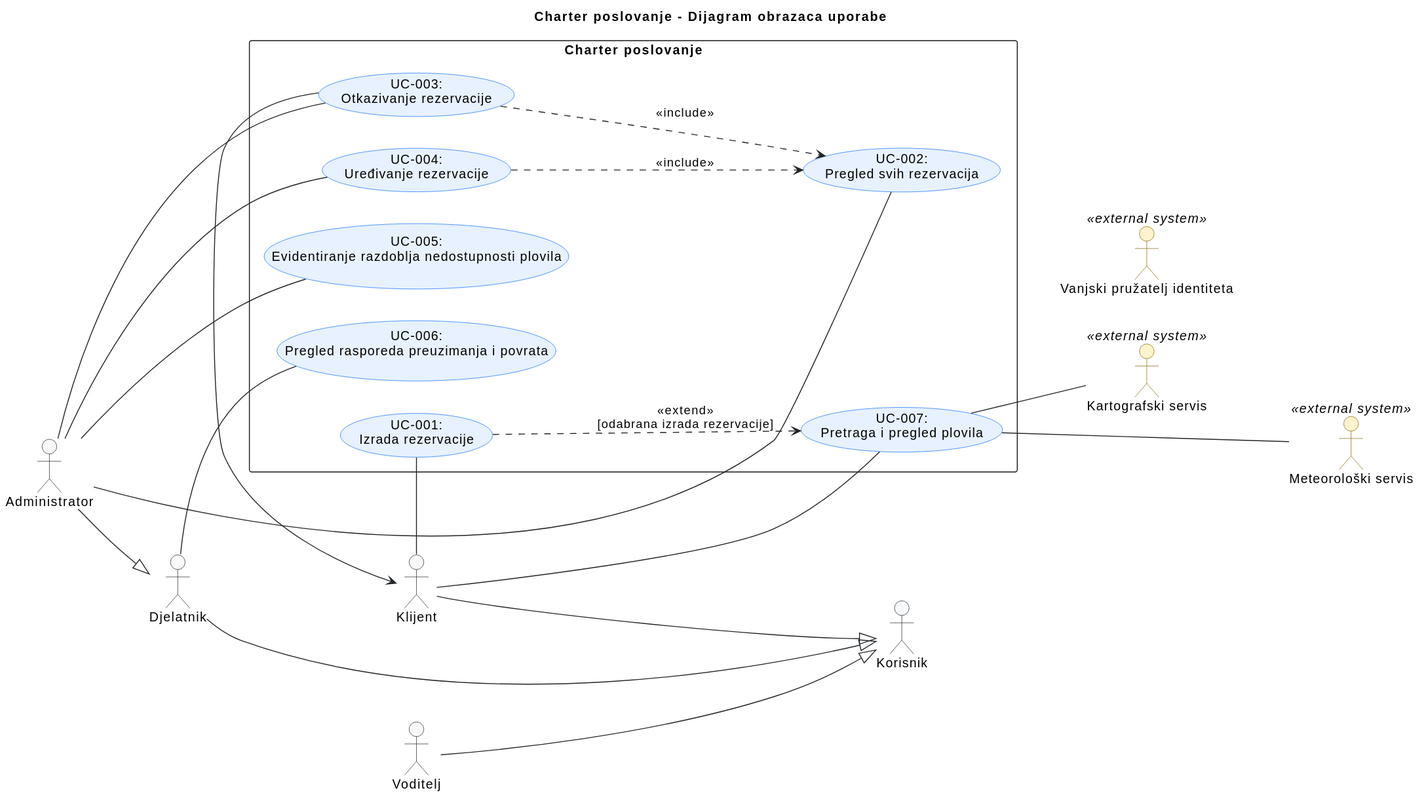
Before: docs/assets/diagrams/3-1-UC-diagram.svg, a diagram exported from PlantUML (auzelac1/PROGI_PROJEKT).
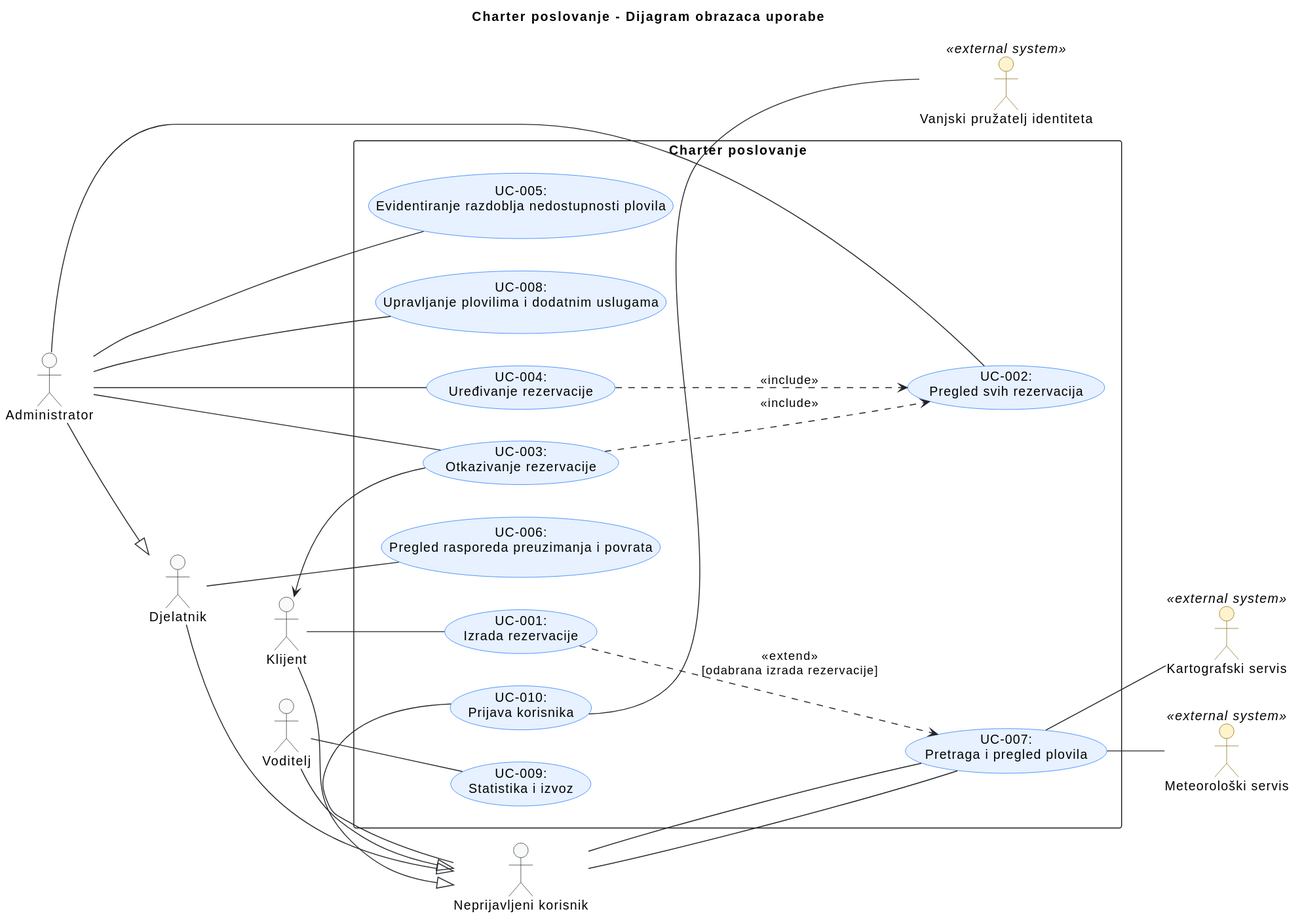
Later version of the same file.

Commit message:
Usklađivanje slike s .puml datotekom

Diff of the diagram source:
```diff
@@ -20,7 +20,7 @@
 }
 
 
-actor Korisnik as "Korisnik"
+actor Neprijavljeni as "Neprijavljeni korisnik"
 actor Klijent as "Klijent"
 actor Djelatnik as "Djelatnik"
 actor Voditelj as "Voditelj"
@@ -30,12 +30,12 @@
 actor "Meteorološki servis" as meteo <<external system>>
 actor "Kartografski servis" as map <<external system>>
 
-Klijent -|> Korisnik
+Klijent -|> Neprijavljeni
 Admin -|> Djelatnik
-Djelatnik -|> Korisnik
-Voditelj -|> Korisnik
+Djelatnik -|> Neprijavljeni
+Voditelj -|> Neprijavljeni
 
-Korisnik -[hidden]down-> Klijent
+Neprijavljeni-[hidden]down-> Klijent
 Djelatnik -[hidden]down-> Klijent
 Djelatnik -[hidden]down-> Voditelj
 Admin -[hidden]down-> Djelatnik
@@ -54,6 +54,12 @@
 
     (UC-007:\nPretraga i pregled plovila) as pregledPlovila
 
+    (UC-008:\nUpravljanje plovilima i dodatnim uslugama) as upravljanjePlovilima
+    together {
+        (UC-009:\nStatistika i izvoz) as statistika
+
+        (UC-010:\nPrijava korisnika) as prijava
+    }
 }
 
 Klijent -- izradaRezervacije
@@ -68,7 +74,15 @@
 
 Djelatnik -- preuzimanjePovrat
 
-Klijent -- pregledPlovila
+Neprijavljeni -- pregledPlovila
+
+Neprijavljeni -- pregledPlovila
+
+Admin -- upravljanjePlovilima
+
+Voditelj -- statistika
+
+Neprijavljeni -- prijava
 
 otkazivanjeRezervacije --> Klijent
 
@@ -79,8 +93,8 @@
 
 pregledPlovila -- meteo
 pregledPlovila -- map
+prijava -- idp
 
-
-map -[hidden]left-> idp
-map -[hidden]down-> meteo
+meteo -[hidden]left-> map
+idp -[hidden]down-> meteo
 @enduml
```
